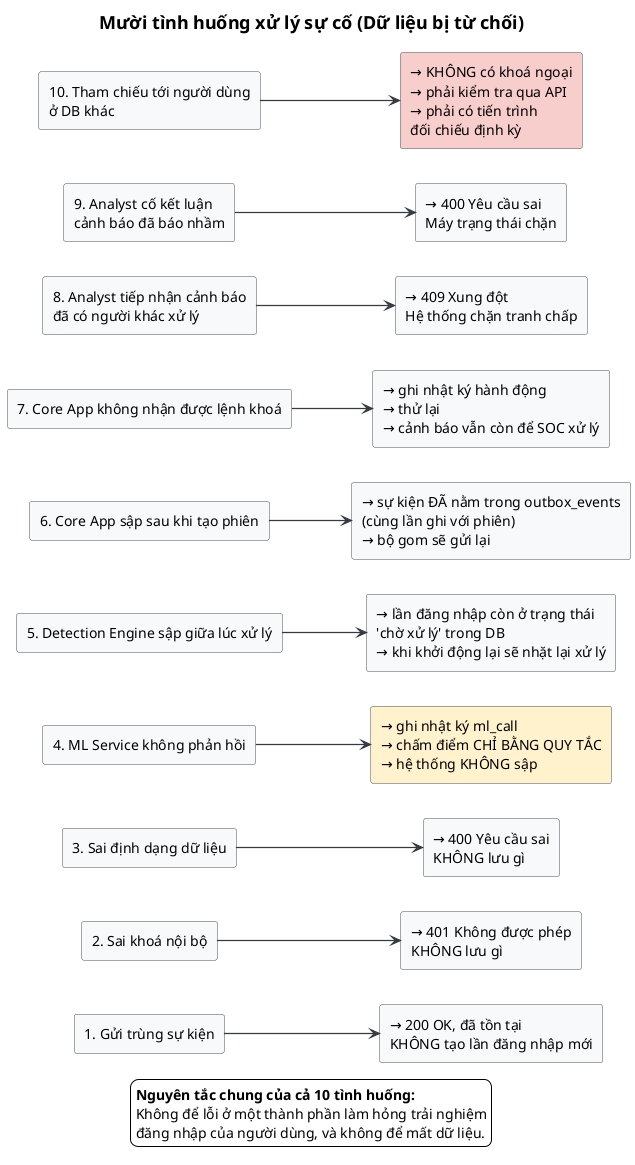
The PlantUML diagram docs/diagrams/v3.3-detect/10-tinh-huong-xu-ly-loi.png in Albert-Tuan/sentinel-auth, before a commit.
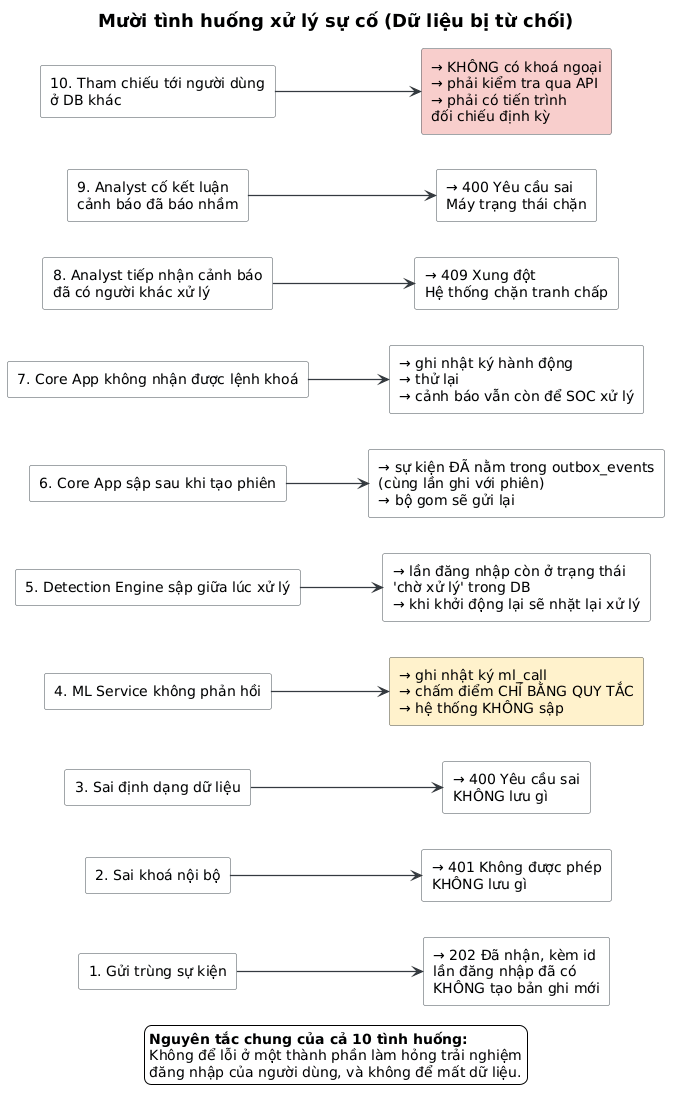
Above is the later version.

The edit, as a diff of the source:
```diff
@@ -15,7 +15,7 @@
 left to right direction
 
 rectangle "1. Gửi trùng sự kiện" as S1
-rectangle "→ 200 OK, đã tồn tại\nKHÔNG tạo lần đăng nhập mới" as R1
+rectangle "→ 202 Đã nhận, kèm id\nlần đăng nhập đã có\nKHÔNG tạo bản ghi mới" as R1
 S1 --> R1
 
 rectangle "2. Sai khoá nội bộ" as S2
@@ -59,5 +59,4 @@
 Không để lỗi ở một thành phần làm hỏng trải nghiệm
 đăng nhập của người dùng, và không để mất dữ liệu.
 endlegend
-
 @enduml
```
